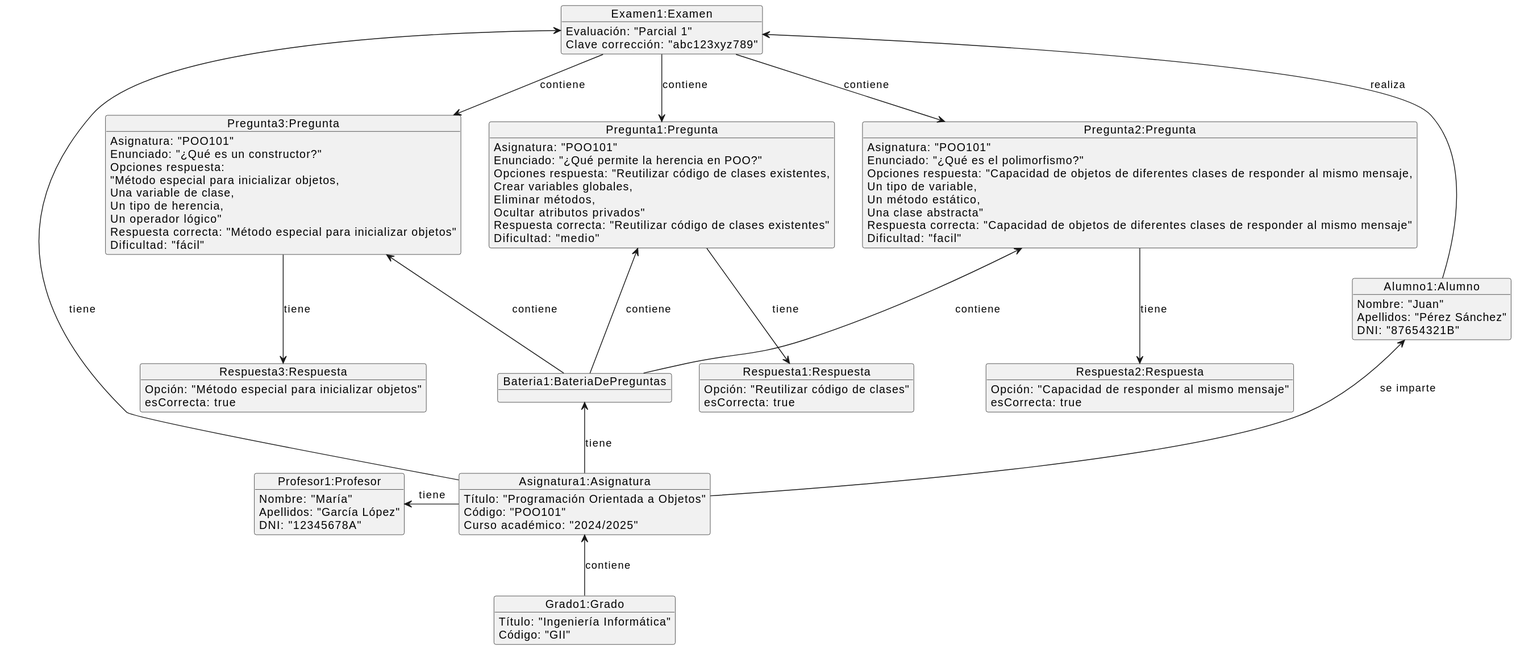
The PlantUML diagram documents/modelos/diagramas/diagramaObjetos/diagramaObjetos.svg in martinlopez7/25-26-IdSw1-SdR, before a commit.
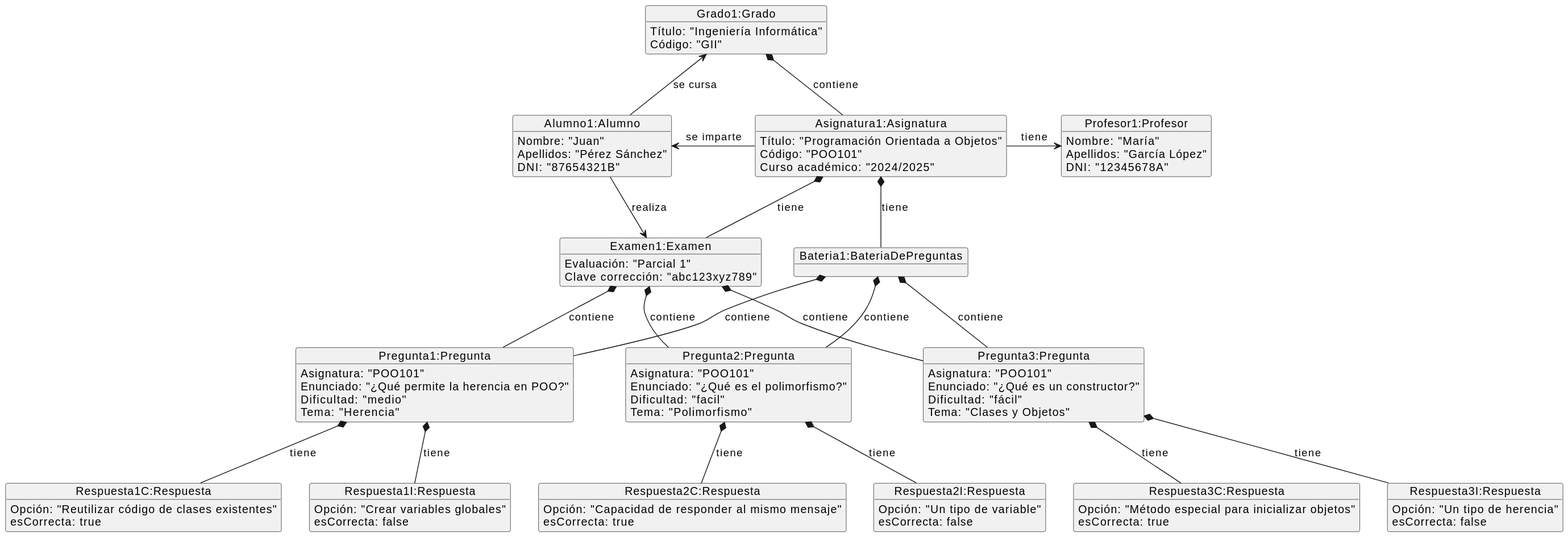
Later version of the same file.

Commit message:
fix(mdd): Corrige jerarquía y agrega objeto grado al diagrama de objetos [refs #41]

Diff of the diagram source:
```diff
@@ -1,9 +1,4 @@
 @startuml
-object "Examen1:Examen" as exam1 {
-  Evaluación: "Parcial 1"
-  Clave corrección: "abc123xyz789"
-}
-
 object "Grado1:Grado" as grado1 {
   Título: "Ingeniería Informática"
   Código: "GII"
@@ -15,16 +10,21 @@
   Curso académico: "2024/2025"
 }
 
+object "Alumno1:Alumno" as alum1 {
+  Nombre: "Juan"
+  Apellidos: "Pérez Sánchez"
+  DNI: "87654321B"
+}
+
 object "Profesor1:Profesor" as prof1 {
   Nombre: "María"
   Apellidos: "García López"
   DNI: "12345678A"
 }
 
-object "Alumno1:Alumno" as alum1 {
-  Nombre: "Juan"
-  Apellidos: "Pérez Sánchez"
-  DNI: "87654321B"
+object "Examen1:Examen" as exam1 {
+  Evaluación: "Parcial 1"
+  Clave corrección: "abc123xyz789"
 }
 
 object "Bateria1:BateriaDePreguntas" as bateria1 {
@@ -33,63 +33,87 @@
 object "Pregunta1:Pregunta" as preg1 {
   Asignatura: "POO101"
   Enunciado: "¿Qué permite la herencia en POO?"
-  Opciones respuesta: "Reutilizar código de clases existentes,\nCrear variables globales,\nEliminar métodos,\nOcultar atributos privados"
-  Respuesta correcta: "Reutilizar código de clases existentes"
   Dificultad: "medio"
+  Tema: "Herencia"
 }
 
 object "Pregunta2:Pregunta" as preg2 {
   Asignatura: "POO101"
   Enunciado: "¿Qué es el polimorfismo?"
-  Opciones respuesta: "Capacidad de objetos de diferentes clases de responder al mismo mensaje,\nUn tipo de variable,\nUn método estático,\nUna clase abstracta"
-  Respuesta correcta: "Capacidad de objetos de diferentes clases de responder al mismo mensaje"
   Dificultad: "facil"
+  Tema: "Polimorfismo"
 }
 
 object "Pregunta3:Pregunta" as preg3 {
   Asignatura: "POO101"
   Enunciado: "¿Qué es un constructor?"
-  Opciones respuesta:
-"Método especial para inicializar objetos,
-Una variable de clase,
-Un tipo de herencia,
-Un operador lógico"
-  Respuesta correcta: "Método especial para inicializar objetos"
   Dificultad: "fácil"
+  Tema: "Clases y Objetos"
 }
 
-object "Respuesta1:Respuesta" as resp1 {
-  Opción: "Reutilizar código de clases"
+object "Respuesta1C:Respuesta" as resp1C {
+  Opción: "Reutilizar código de clases existentes"
   esCorrecta: true
 }
-
-object "Respuesta2:Respuesta" as resp2 {
+object "Respuesta1I:Respuesta" as resp1I {
+  Opción: "Crear variables globales"
+  esCorrecta: false
+}
+object "Respuesta2C:Respuesta" as resp2C {
   Opción: "Capacidad de responder al mismo mensaje"
   esCorrecta: true
 }
-
-object "Respuesta3:Respuesta" as resp3 {
+object "Respuesta2I:Respuesta" as resp2I {
+  Opción: "Un tipo de variable"
+  esCorrecta: false
+}
+object "Respuesta3C:Respuesta" as resp3C {
   Opción: "Método especial para inicializar objetos"
   esCorrecta: true
 }
+object "Respuesta3I:Respuesta" as resp3I {
+  Opción: "Un tipo de herencia"
+  esCorrecta: false
+}
 
-grado1 -u-> asig1 : contiene
-asig1 -u-> alum1 : se imparte
-asig1 -l-> prof1 : tiene
-asig1 -u-> exam1 : tiene
-asig1 -u-> bateria1 : tiene
 
-alum1 -u-> exam1 : realiza
+grado1 *-- asig1 : contiene
 
-bateria1 -u-> preg1 : contiene
-bateria1 -u-> preg2 : contiene
-bateria1 -u-> preg3 : contiene
+asig1 *-- exam1 : tiene
+asig1 *-- bateria1 : tiene
 
-exam1 -d-> preg1 : contiene
-exam1 -d-> preg2 : contiene
-exam1 -d-> preg3 : contiene
+exam1 *-- preg1 : contiene
+exam1 *-- preg2 : contiene
+exam1 *-- preg3 : contiene
 
-preg1 -d-> resp1 : tiene
-preg2 -d-> resp2 : tiene
-preg3 -d-> resp3 : tiene
+bateria1 *-- preg1 : contiene
+bateria1 *-- preg2 : contiene
+bateria1 *-- preg3 : contiene
+
+preg1 *-- resp1C : tiene
+preg1 *-- resp1I : tiene
+
+preg2 *-- resp2C : tiene
+preg2 *-- resp2I : tiene
+
+preg3 *-- resp3C : tiene
+preg3 *-- resp3I : tiene
+
+
+preg1 -[hidden]right-> preg2
+preg2 -[hidden]right-> preg3
+
+exam1 -[hidden]right-> bateria1
+
+alum1 -u-> grado1 : se cursa
+asig1 -left-> alum1 : se imparte
+asig1 -right-> prof1 : tiene
+alum1 -d-> exam1 : realiza
+
+preg1 -[hidden]down-> resp1C
+preg2 -[hidden]down-> resp2C
+preg3 -[hidden]down-> resp3C
+resp1C -[hidden]right-> resp1I
+resp2C -[hidden]right-> resp2I
+resp3C -[hidden]right-> resp3I
 @enduml
```
